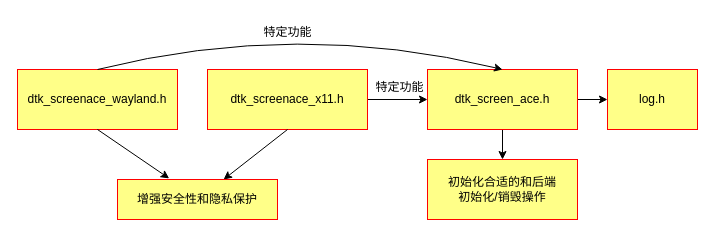
Above: images/未命名绘图.drawio in 7Wcy/QML-exercise (draw.io), before the change. Source tidied: cells renumbered, new cells numbered last; positions are measured from the earlier drawing's top-left corner, leaving out a move shared by most shapes. Both pictures are drawn from the tidied source at 100%, with x=0, y=0 at pixel (17, 17).
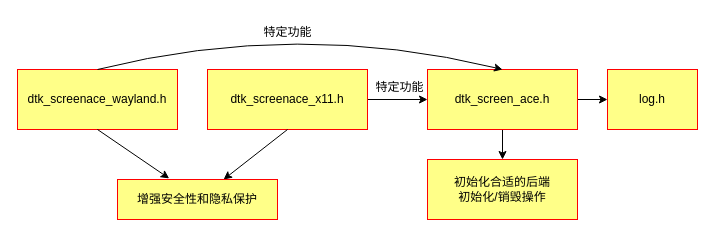
The same diagram, later.

Commit message (it also covers changes not shown here):
更新未命名绘图.drawio

Diff of the diagram source:
```diff
@@
 <mxGraphModel>
   <root>
     <mxCell id="0" />
     <mxCell id="1" parent="0" />
     <mxCell id="2" value="dtk_screenace_wayland.h" style="rounded=0;whiteSpace=wrap;html=1;fillColor=#ffff88;strokeColor=#ff0000;" parent="1" vertex="1">
       <mxGeometry y="52" width="160" height="60" as="geometry" />
     </mxCell>
     <mxCell id="3" style="edgeStyle=orthogonalEdgeStyle;rounded=0;jettySize=auto;html=1;exitX=1;exitY=0.5;exitDx=0;exitDy=0;entryX=0;entryY=0.5;entryDx=0;entryDy=0;" parent="1" edge="1" source="4" target="10">
       <mxGeometry relative="1" as="geometry" />
     </mxCell>
     <mxCell id="4" value="dtk_screenace_x11.h" style="rounded=0;whiteSpace=wrap;html=1;fillColor=#ffff88;strokeColor=#ff0000;" parent="1" vertex="1">
       <mxGeometry x="190" y="52" width="160" height="60" as="geometry" />
     </mxCell>
     <mxCell id="5" style="endArrow=classic;html=1;rounded=0;exitX=0.5;exitY=1;exitDx=0;exitDy=0;entryX=0.663;entryY=0;entryDx=0;entryDy=0;entryPerimeter=0;" parent="1" edge="1" source="4" target="7">
       <mxGeometry relative="1" as="geometry" />
     </mxCell>
     <mxCell id="6" style="endArrow=classic;html=1;rounded=0;exitX=0.5;exitY=1;exitDx=0;exitDy=0;entryX=0.323;entryY=-0.027;entryDx=0;entryDy=0;entryPerimeter=0;" parent="1" edge="1" target="7">
       <mxGeometry relative="1" as="geometry">
         <mxPoint x="80" y="112" as="sourcePoint" />
       </mxGeometry>
     </mxCell>
     <mxCell id="7" value="增强安全性和隐私保护" style="rounded=0;whiteSpace=wrap;html=1;fillColor=#ffff88;strokeColor=#ff0000;" parent="1" vertex="1">
       <mxGeometry x="100" y="162" width="160" height="40" as="geometry" />
     </mxCell>
     <mxCell id="8" style="edgeStyle=orthogonalEdgeStyle;rounded=0;jettySize=auto;html=1;exitX=1;exitY=0.5;exitDx=0;exitDy=0;" parent="1" edge="1" source="10">
       <mxGeometry relative="1" as="geometry">
         <mxPoint x="590" y="82" as="targetPoint" />
       </mxGeometry>
     </mxCell>
     <mxCell id="9" style="edgeStyle=orthogonalEdgeStyle;rounded=0;jettySize=auto;html=1;exitX=0.5;exitY=1;exitDx=0;exitDy=0;entryX=0.5;entryY=0;entryDx=0;entryDy=0;" parent="1" edge="1" source="10" target="15">
       <mxGeometry relative="1" as="geometry" />
     </mxCell>
     <mxCell id="10" value="dtk_screen_ace.h" style="rounded=0;whiteSpace=wrap;html=1;fillColor=#ffff88;strokeColor=#ff0000;" parent="1" vertex="1">
       <mxGeometry x="410" y="52" width="150" height="60" as="geometry" />
     </mxCell>
     <mxCell id="11" style="curved=1;endArrow=classic;html=1;rounded=0;exitX=0.5;exitY=0;exitDx=0;exitDy=0;entryX=0.5;entryY=0;entryDx=0;entryDy=0;" parent="1" edge="1" source="2" target="10">
       <mxGeometry relative="1" as="geometry">
         <Array as="points">
           <mxPoint x="280" y="2" />
         </Array>
       </mxGeometry>
     </mxCell>
     <mxCell id="12" value="特定功能" style="text;html=1;align=center;verticalAlign=middle;strokeColor=none;fillColor=none;" parent="1" vertex="1">
       <mxGeometry x="235" width="70" height="30" as="geometry" />
     </mxCell>
     <mxCell id="13" value="特定功能" style="text;html=1;align=center;verticalAlign=middle;strokeColor=none;fillColor=none;" parent="1" vertex="1">
       <mxGeometry x="347" y="55" width="70" height="30" as="geometry" />
     </mxCell>
     <mxCell id="14" value="log.h" style="rounded=0;whiteSpace=wrap;html=1;fillColor=#ffff88;strokeColor=#ff0000;" parent="1" vertex="1">
       <mxGeometry x="590" y="52" width="90" height="60" as="geometry" />
     </mxCell>
-    <mxCell id="15" value="初始化合适的和后端&lt;br&gt;初始化/销毁操作" style="rounded=0;whiteSpace=wrap;html=1;fillColor=#ffff88;strokeColor=#ff0000;" parent="1" vertex="1">
+    <mxCell id="15" value="初始化合适的后端&lt;br&gt;初始化/销毁操作" style="rounded=0;whiteSpace=wrap;html=1;fillColor=#ffff88;strokeColor=#ff0000;" parent="1" vertex="1">
       <mxGeometry x="410" y="142" width="150" height="60" as="geometry" />
     </mxCell>
   </root>
 </mxGraphModel>
```
